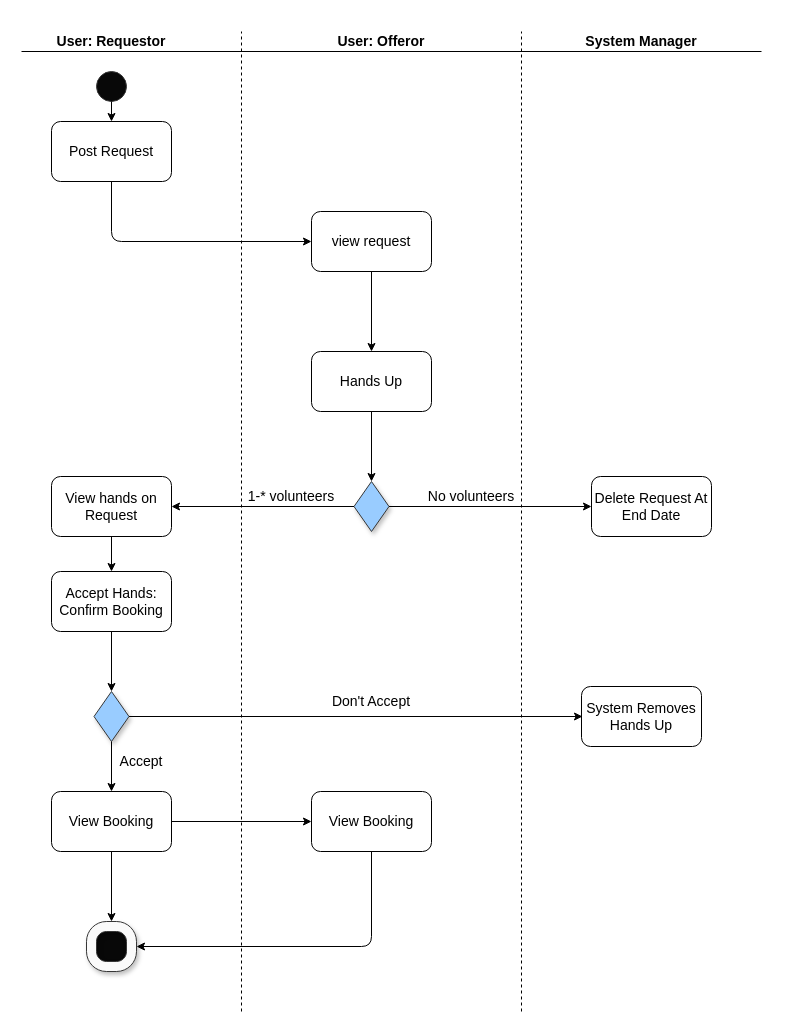
willdonlan8/test keeps this draw.io diagram as AD1.drawio. Above is the earlier version. Source tidied: cells renumbered, new cells numbered last; positions are measured from the earlier drawing's top-left corner, leaving out a move shared by most shapes. Both pictures are drawn from the tidied source at 100%, with x=0, y=0 at pixel (21, 21).
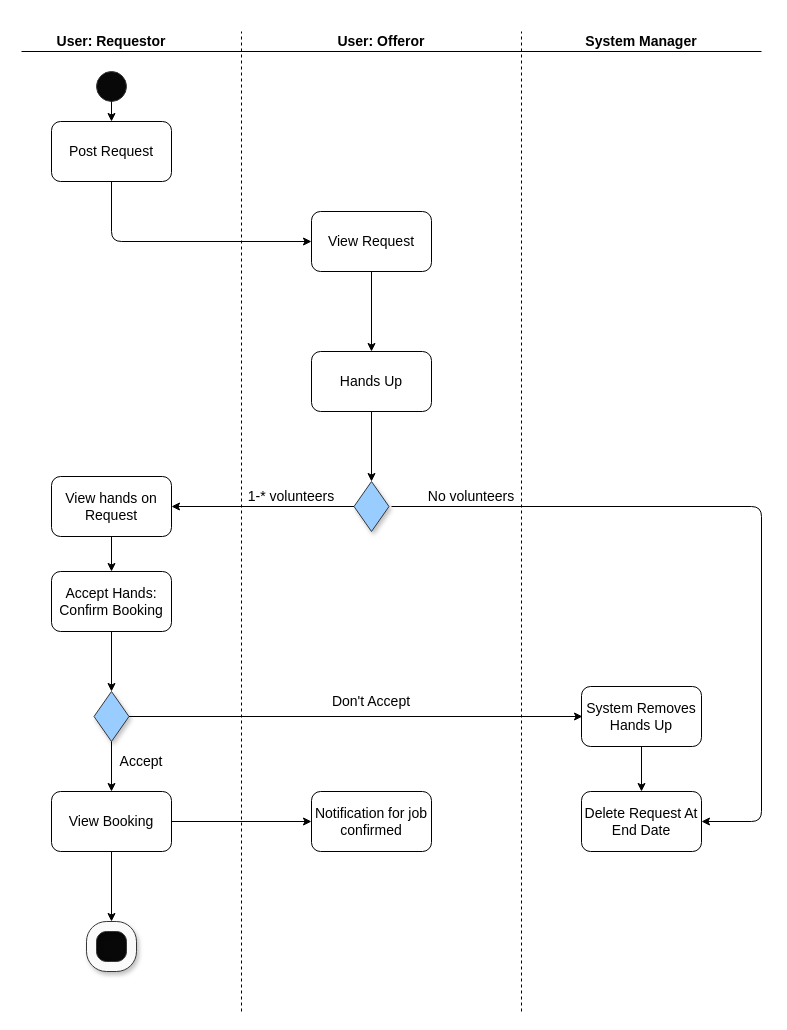
The same page after the edit.

Unchanged cells that the change refers to:
```xml
<mxCell id="6" value="&lt;font style=&quot;font-size: 14px&quot;&gt;System Removes Hands Up&lt;/font&gt;" style="rounded=1;whiteSpace=wrap;html=1;" parent="1" vertex="1">
  <mxGeometry x="560" y="665" width="120" height="60" as="geometry" />
</mxCell>
<mxCell id="11" style="ellipse;whiteSpace=wrap;html=1;shadow=0;strokeColor=#363636;fillColor=#080808;" parent="1" vertex="1">
  <mxGeometry x="65" y="900" width="50" height="50" as="geometry" />
</mxCell>
<mxCell id="14" style="rhombus;whiteSpace=wrap;html=1;shadow=1;strokeColor=#363636;fillColor=#99CCFF;" parent="1" vertex="1">
  <mxGeometry x="332.5" y="460" width="35" height="50" as="geometry" />
</mxCell>
```

What changed in the source:
```diff
@@
-    <mxCell id="3" value="&lt;font style=&quot;font-size: 14px&quot;&gt;view request&lt;/font&gt;" style="rounded=1;whiteSpace=wrap;html=1;" parent="1" vertex="1">
+    <mxCell id="3" value="&lt;font style=&quot;font-size: 14px&quot;&gt;View Request&lt;/font&gt;" style="rounded=1;whiteSpace=wrap;html=1;" parent="1" vertex="1">
       <mxGeometry x="290" y="190" width="120" height="60" as="geometry" />
     </mxCell>
@@
-    <mxCell id="9" value="&lt;font style=&quot;font-size: 14px&quot;&gt;View Booking&lt;/font&gt;" style="rounded=1;whiteSpace=wrap;html=1;" parent="1" vertex="1">
+    <mxCell id="9" value="&lt;font style=&quot;font-size: 14px&quot;&gt;Notification for job confirmed&lt;/font&gt;" style="rounded=1;whiteSpace=wrap;html=1;" parent="1" vertex="1">
       <mxGeometry x="290" y="770" width="120" height="60" as="geometry" />
     </mxCell>
@@
-    <mxCell id="19" style="endArrow=classic;html=1;exitX=1;exitY=0.5;exitDx=0;exitDy=0;" parent="1" edge="1" source="14">
-      <mxGeometry relative="1" as="geometry">
-        <mxPoint x="570" y="485" as="targetPoint" />
-      </mxGeometry>
-    </mxCell>
@@
-    <mxCell id="26" style="endArrow=classic;html=1;exitX=0.5;exitY=1;exitDx=0;exitDy=0;" parent="1" edge="1" source="9" target="11">
-      <mxGeometry relative="1" as="geometry">
-        <Array as="points">
-          <mxPoint x="350" y="925" />
-        </Array>
-      </mxGeometry>
-    </mxCell>
@@
     <mxCell id="38" value="&lt;font style=&quot;font-size: 14px&quot;&gt;Delete Request At End Date&lt;/font&gt;" style="rounded=1;whiteSpace=wrap;html=1;" parent="1" vertex="1">
-      <mxGeometry x="570" y="455" width="120" height="60" as="geometry" />
+      <mxGeometry x="560" y="770" width="120" height="60" as="geometry" />
     </mxCell>
+    <mxCell id="39" style="endArrow=classic;html=1;entryX=1;entryY=0.5;entryDx=0;entryDy=0;" parent="1" edge="1" target="38">
+      <mxGeometry relative="1" as="geometry">
+        <mxPoint x="370" y="485" as="sourcePoint" />
+        <Array as="points">
+          <mxPoint x="740" y="485" />
+          <mxPoint x="740" y="800" />
+        </Array>
+      </mxGeometry>
+    </mxCell>
+    <mxCell id="40" style="endArrow=classic;html=1;exitX=0.5;exitY=1;exitDx=0;exitDy=0;entryX=0.5;entryY=0;entryDx=0;entryDy=0;" parent="1" edge="1" source="6" target="38">
+      <mxGeometry relative="1" as="geometry" />
+    </mxCell>
```
